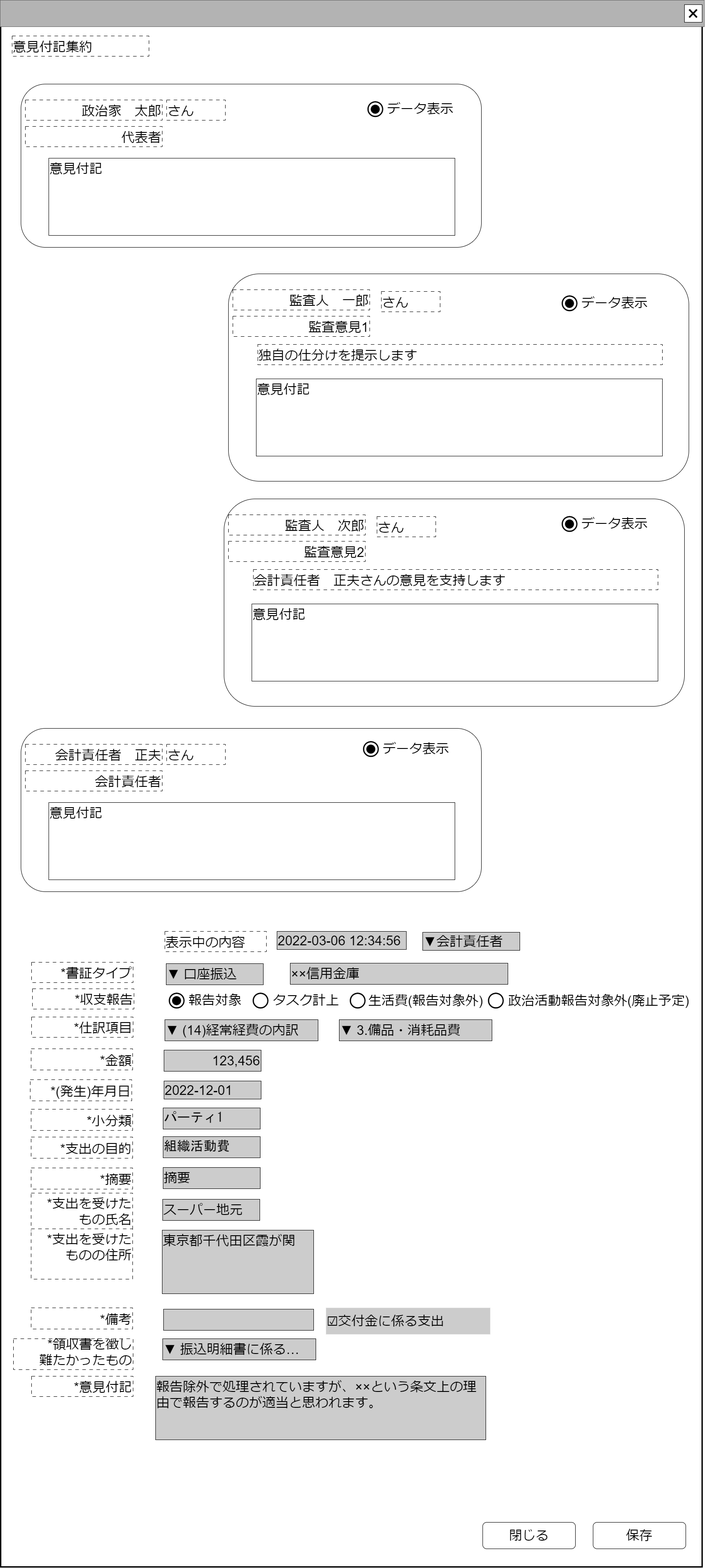
The draw.io diagram docs/create_front/meeting_adjust_outcome/image/意見付記集約支出.drawio.png in chiwa2023/create-politician-balance-report, before a commit. Source tidied: cells renumbered, new cells last; positions are measured from the earlier drawing's top-left corner, leaving out a move shared by most shapes.
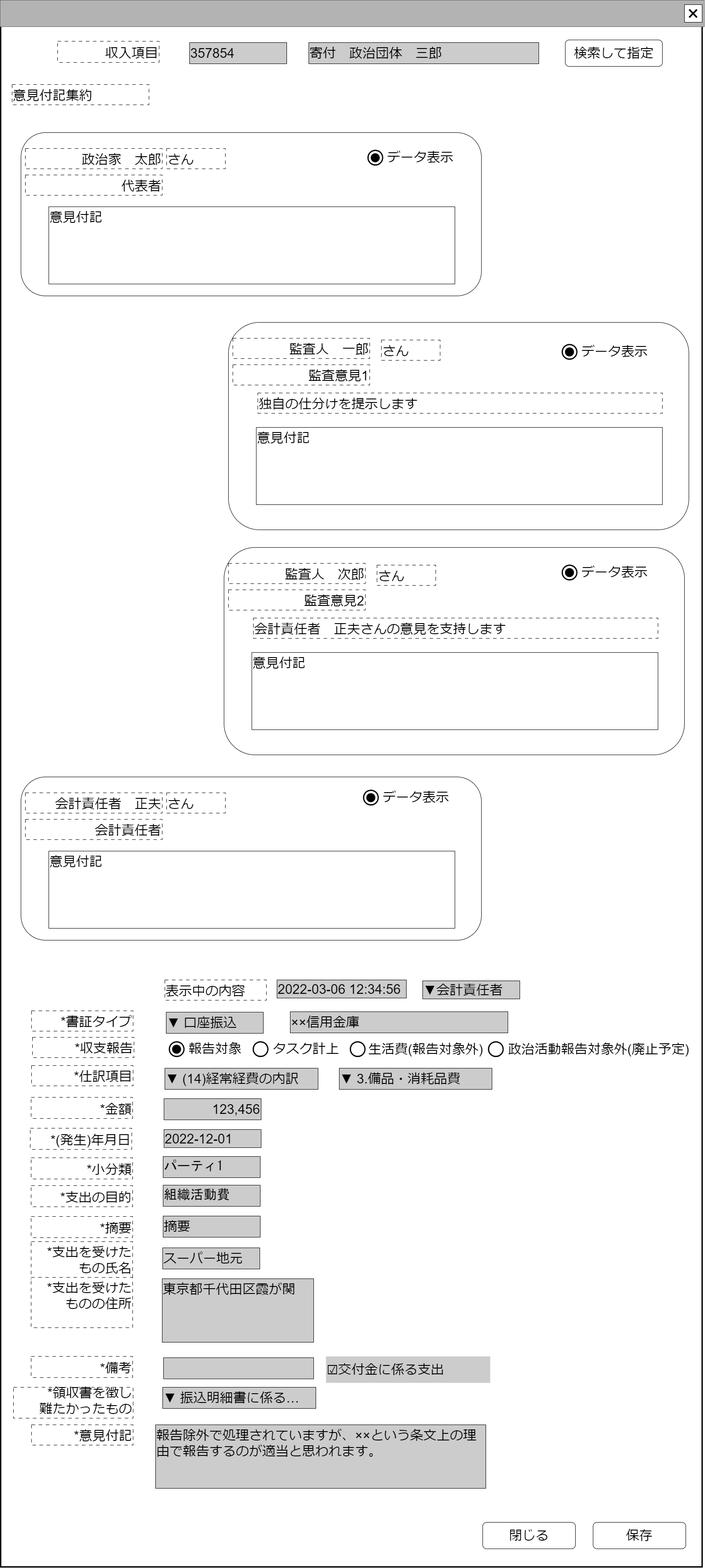
The same diagram one commit later.

Diff of the diagram source:
```diff
@@ -3,20 +3,20 @@
     <mxCell id="0" />
     <mxCell id="1" value="ウインドウ" parent="0" />
     <mxCell id="2" style="rounded=0;whiteSpace=wrap;html=1;strokeWidth=3;" parent="1" vertex="1">
-      <mxGeometry x="1" y="1" width="1589" height="3549" as="geometry" />
+      <mxGeometry x="1" y="-109" width="1589" height="3549" as="geometry" />
     </mxCell>
     <mxCell id="3" style="rounded=0;whiteSpace=wrap;html=1;fillColor=#B3B3B3;fontColor=#333333;strokeColor=#666666;" parent="1" vertex="1">
-      <mxGeometry width="1595" height="60" as="geometry" />
+      <mxGeometry y="-110" width="1595" height="60" as="geometry" />
     </mxCell>
     <mxCell id="4" value="&lt;font style=&quot;font-size: 48px;&quot;&gt;×&lt;/font&gt;" style="rounded=0;whiteSpace=wrap;html=1;" parent="1" vertex="1">
-      <mxGeometry x="1550" y="10" width="40" height="40" as="geometry" />
+      <mxGeometry x="1550" y="-100" width="40" height="40" as="geometry" />
     </mxCell>
     <mxCell id="5" value="名称未設定レイヤ" parent="0" />
     <mxCell id="6" value="&lt;span style=&quot;font-size: 30px;&quot;&gt;保存&lt;/span&gt;" style="rounded=1;whiteSpace=wrap;html=1;" parent="5" vertex="1">
-      <mxGeometry x="1343" y="3449" width="210" height="60" as="geometry" />
+      <mxGeometry x="1343" y="3339" width="210" height="60" as="geometry" />
     </mxCell>
     <mxCell id="7" value="&lt;span style=&quot;font-size: 30px;&quot;&gt;閉じる&lt;/span&gt;" style="rounded=1;whiteSpace=wrap;html=1;" parent="5" vertex="1">
-      <mxGeometry x="1093" y="3449" width="210" height="60" as="geometry" />
+      <mxGeometry x="1093" y="3339" width="210" height="60" as="geometry" />
     </mxCell>
     <mxCell id="8" value="&lt;div&gt;&lt;span style=&quot;font-size: 30px;&quot;&gt;&lt;br&gt;&lt;/span&gt;&lt;/div&gt;&lt;span style=&quot;font-size: 30px;&quot;&gt;意見付記集約&lt;/span&gt;" style="rounded=0;whiteSpace=wrap;html=1;align=left;dashed=1;dashPattern=8 8;verticalAlign=bottom;" parent="5" vertex="1">
       <mxGeometry x="27" y="81" width="310" height="46" as="geometry" />
@@ -243,5 +243,17 @@
     <mxCell id="82" value="&lt;font style=&quot;font-size: 30px;&quot;&gt;*意見付記&lt;/font&gt;" style="rounded=0;whiteSpace=wrap;html=1;align=right;dashed=1;dashPattern=8 8;verticalAlign=bottom;" parent="5" vertex="1">
       <mxGeometry x="71" y="3118" width="230" height="46" as="geometry" />
     </mxCell>
+    <mxCell id="83" value="&lt;div style=&quot;&quot;&gt;&lt;span style=&quot;background-color: initial;&quot;&gt;&lt;font style=&quot;font-size: 30px;&quot;&gt;357854&lt;/font&gt;&lt;/span&gt;&lt;/div&gt;" style="rounded=0;whiteSpace=wrap;html=1;align=left;fillColor=#CCCCCC;" parent="5" vertex="1">
+      <mxGeometry x="429" y="-14" width="220" height="48" as="geometry" />
+    </mxCell>
+    <mxCell id="84" value="&lt;div style=&quot;&quot;&gt;&lt;span style=&quot;background-color: initial;&quot;&gt;&lt;font style=&quot;font-size: 30px;&quot;&gt;収入項目&lt;/font&gt;&lt;/span&gt;&lt;/div&gt;" style="rounded=0;whiteSpace=wrap;html=1;align=right;dashed=1;dashPattern=8 8;verticalAlign=bottom;" parent="5" vertex="1">
+      <mxGeometry x="130" y="-17" width="230" height="48" as="geometry" />
+    </mxCell>
+    <mxCell id="85" value="&lt;span style=&quot;font-size: 30px;&quot;&gt;寄付　政治団体　三郎&lt;/span&gt;" style="rounded=0;whiteSpace=wrap;html=1;align=left;fillColor=#CCCCCC;" parent="5" vertex="1">
+      <mxGeometry x="699" y="-14" width="521" height="48" as="geometry" />
+    </mxCell>
+    <mxCell id="86" value="&lt;span style=&quot;font-size: 30px; text-align: right;&quot;&gt;検索して指定&lt;/span&gt;" style="rounded=1;whiteSpace=wrap;html=1;" parent="5" vertex="1">
+      <mxGeometry x="1280" y="-20" width="220" height="60" as="geometry" />
+    </mxCell>
   </root>
 </mxGraphModel>
```
